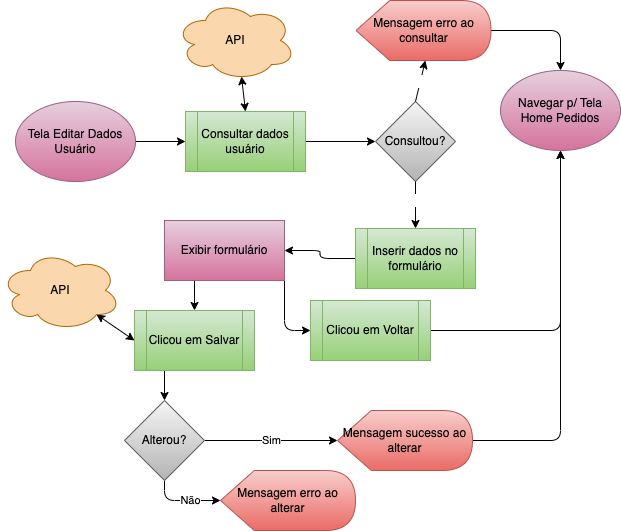
This is docs/fluxo-tela-gestor/editar-dados.png from ICEI-PUC-Minas-PMV-ADS/1999-burguer, a draw.io export, as it was before one commit. Source tidied: cells renumbered, new cells last; positions are measured from the earlier drawing's top-left corner, leaving out a move shared by most shapes. Its diagram source:
```xml
<mxGraphModel>
  <root>
    <mxCell id="0" />
    <mxCell id="1" parent="0" />
    <mxCell id="2" style="edgeStyle=none;html=1;exitX=1;exitY=0.5;exitDx=0;exitDy=0;entryX=0;entryY=0.5;entryDx=0;entryDy=0;" parent="1" edge="1" source="3" target="5">
      <mxGeometry relative="1" as="geometry" />
    </mxCell>
    <mxCell id="3" value="Tela Editar Dados Usuário" style="ellipse;whiteSpace=wrap;html=1;fillColor=#e6d0de;strokeColor=#996185;fontStyle=0;gradientColor=#d5739d;fontColor=#000000;" parent="1" vertex="1">
      <mxGeometry x="15" y="101" width="120" height="80" as="geometry" />
    </mxCell>
    <mxCell id="4" style="edgeStyle=none;html=1;exitX=1;exitY=0.5;exitDx=0;exitDy=0;entryX=0;entryY=0.5;entryDx=0;entryDy=0;" parent="1" edge="1" source="5" target="11">
      <mxGeometry relative="1" as="geometry" />
    </mxCell>
    <mxCell id="5" value="Consultar dados usuário" style="shape=process;whiteSpace=wrap;html=1;backgroundOutline=1;fillColor=#d5e8d4;gradientColor=#97d077;strokeColor=#82b366;fontColor=#000000;" parent="1" vertex="1">
      <mxGeometry x="185" y="111" width="120" height="60" as="geometry" />
    </mxCell>
    <mxCell id="6" style="edgeStyle=none;html=1;exitX=0.55;exitY=0.95;exitDx=0;exitDy=0;exitPerimeter=0;entryX=0.5;entryY=0;entryDx=0;entryDy=0;startArrow=classic;startFill=1;" parent="1" edge="1" source="7" target="5">
      <mxGeometry relative="1" as="geometry" />
    </mxCell>
    <mxCell id="7" value="API" style="ellipse;shape=cloud;whiteSpace=wrap;html=1;fillColor=#fad7ac;strokeColor=#b46504;fontColor=#000000;" parent="1" vertex="1">
      <mxGeometry x="175" width="120" height="80" as="geometry" />
    </mxCell>
    <mxCell id="8" style="edgeStyle=orthogonalEdgeStyle;html=1;exitX=1;exitY=1;exitDx=0;exitDy=0;entryX=0;entryY=0.5;entryDx=0;entryDy=0;" parent="1" edge="1" source="10" target="20">
      <mxGeometry relative="1" as="geometry" />
    </mxCell>
    <mxCell id="9" style="edgeStyle=orthogonalEdgeStyle;html=1;exitX=0.25;exitY=1;exitDx=0;exitDy=0;" parent="1" edge="1" source="10" target="23">
      <mxGeometry relative="1" as="geometry" />
    </mxCell>
    <mxCell id="10" value="Exibir formulário" style="whiteSpace=wrap;html=1;fillColor=#e6d0de;strokeColor=#996185;fontColor=#000000;fontStyle=0;gradientColor=#d5739d;" parent="1" vertex="1">
      <mxGeometry x="164" y="220" width="120" height="60" as="geometry" />
    </mxCell>
    <mxCell id="11" value="Consultou?" style="rhombus;whiteSpace=wrap;html=1;fillColor=#f5f5f5;gradientColor=#b3b3b3;strokeColor=#666666;fontColor=#000000;" parent="1" vertex="1">
      <mxGeometry x="375" y="101" width="80" height="80" as="geometry" />
    </mxCell>
    <mxCell id="12" style="edgeStyle=orthogonalEdgeStyle;html=1;exitX=1;exitY=0.5;exitDx=0;exitDy=0;exitPerimeter=0;entryX=0.5;entryY=0;entryDx=0;entryDy=0;" parent="1" edge="1" source="13" target="16">
      <mxGeometry relative="1" as="geometry" />
    </mxCell>
    <mxCell id="13" value="Mensagem erro ao consultar" style="shape=display;whiteSpace=wrap;html=1;fillColor=#f8cecc;gradientColor=#ea6b66;strokeColor=#b85450;fontColor=#000000;" parent="1" vertex="1">
      <mxGeometry x="355.5" width="135" height="60" as="geometry" />
    </mxCell>
    <mxCell id="14" value="Não" style="edgeStyle=none;html=1;fontColor=#FFFFFF;entryX=0;entryY=0;entryDx=69.375;entryDy=60;entryPerimeter=0;exitX=0.5;exitY=0;exitDx=0;exitDy=0;" parent="1" edge="1" source="11" target="13">
      <mxGeometry relative="1" as="geometry" />
    </mxCell>
    <mxCell id="15" value="Sim" style="edgeStyle=orthogonalEdgeStyle;html=1;exitX=0.5;exitY=1;exitDx=0;exitDy=0;fontColor=#FFFFFF;entryX=0.5;entryY=0;entryDx=0;entryDy=0;" parent="1" edge="1" source="11" target="18">
      <mxGeometry x="-0.2" relative="1" as="geometry" />
    </mxCell>
    <mxCell id="16" value="Navegar p/ Tela&lt;br&gt;Home Pedidos" style="ellipse;whiteSpace=wrap;html=1;fillColor=#e6d0de;strokeColor=#996185;fontStyle=0;gradientColor=#d5739d;fontColor=#000000;" parent="1" vertex="1">
      <mxGeometry x="500" y="70" width="120" height="80" as="geometry" />
    </mxCell>
    <mxCell id="17" style="edgeStyle=orthogonalEdgeStyle;html=1;entryX=1;entryY=0.5;entryDx=0;entryDy=0;" parent="1" edge="1" source="18" target="10">
      <mxGeometry relative="1" as="geometry" />
    </mxCell>
    <mxCell id="18" value="Inserir dados no formulário" style="shape=process;whiteSpace=wrap;html=1;backgroundOutline=1;fillColor=#d5e8d4;gradientColor=#97d077;strokeColor=#82b366;fontColor=#000000;" parent="1" vertex="1">
      <mxGeometry x="355" y="228" width="120" height="60" as="geometry" />
    </mxCell>
    <mxCell id="19" style="edgeStyle=orthogonalEdgeStyle;html=1;exitX=1;exitY=0.5;exitDx=0;exitDy=0;entryX=0.5;entryY=1;entryDx=0;entryDy=0;" parent="1" edge="1" source="20" target="16">
      <mxGeometry relative="1" as="geometry" />
    </mxCell>
    <mxCell id="20" value="Clicou em Voltar" style="shape=process;whiteSpace=wrap;html=1;backgroundOutline=1;fillColor=#d5e8d4;gradientColor=#97d077;strokeColor=#82b366;fontColor=#000000;" parent="1" vertex="1">
      <mxGeometry x="310" y="300" width="120" height="60" as="geometry" />
    </mxCell>
    <mxCell id="21" style="html=1;exitX=0;exitY=0.5;exitDx=0;exitDy=0;entryX=0.8;entryY=0.8;entryDx=0;entryDy=0;entryPerimeter=0;startArrow=classic;startFill=1;" parent="1" edge="1" source="23" target="28">
      <mxGeometry relative="1" as="geometry" />
    </mxCell>
    <mxCell id="22" style="edgeStyle=none;html=1;exitX=0.25;exitY=1;exitDx=0;exitDy=0;entryX=0.5;entryY=0;entryDx=0;entryDy=0;startArrow=none;startFill=0;" parent="1" edge="1" source="23" target="27">
      <mxGeometry relative="1" as="geometry" />
    </mxCell>
    <mxCell id="23" value="Clicou em Salvar" style="shape=process;whiteSpace=wrap;html=1;backgroundOutline=1;fillColor=#d5e8d4;gradientColor=#97d077;strokeColor=#82b366;fontColor=#000000;" parent="1" vertex="1">
      <mxGeometry x="134" y="310" width="120" height="60" as="geometry" />
    </mxCell>
    <mxCell id="24" style="edgeStyle=orthogonalEdgeStyle;html=1;entryX=0.5;entryY=1;entryDx=0;entryDy=0;startArrow=none;startFill=0;exitX=1;exitY=0.5;exitDx=0;exitDy=0;exitPerimeter=0;" parent="1" edge="1" source="29" target="16">
      <mxGeometry x="-0.9" relative="1" as="geometry" />
    </mxCell>
    <mxCell id="25" value="Sim" style="edgeStyle=orthogonalEdgeStyle;html=1;exitX=1;exitY=0.5;exitDx=0;exitDy=0;entryX=0;entryY=0.5;entryDx=0;entryDy=0;entryPerimeter=0;startArrow=none;startFill=0;" parent="1" edge="1" source="27" target="29">
      <mxGeometry relative="1" as="geometry" />
    </mxCell>
    <mxCell id="26" value="Não" style="edgeStyle=orthogonalEdgeStyle;html=1;exitX=0.5;exitY=1;exitDx=0;exitDy=0;entryX=0;entryY=0.5;entryDx=0;entryDy=0;entryPerimeter=0;startArrow=none;startFill=0;" parent="1" edge="1" source="27" target="30">
      <mxGeometry x="0.21" relative="1" as="geometry" />
    </mxCell>
    <mxCell id="27" value="Alterou?" style="rhombus;whiteSpace=wrap;html=1;fillColor=#f5f5f5;gradientColor=#b3b3b3;strokeColor=#666666;fontColor=#000000;" parent="1" vertex="1">
      <mxGeometry x="124" y="400" width="80" height="80" as="geometry" />
    </mxCell>
    <mxCell id="28" value="API" style="ellipse;shape=cloud;whiteSpace=wrap;html=1;fillColor=#fad7ac;strokeColor=#b46504;fontColor=#000000;" parent="1" vertex="1">
      <mxGeometry y="250" width="120" height="80" as="geometry" />
    </mxCell>
    <mxCell id="29" value="Mensagem sucesso ao alterar" style="shape=display;whiteSpace=wrap;html=1;fillColor=#f8cecc;gradientColor=#ea6b66;strokeColor=#b85450;fontColor=#000000;" parent="1" vertex="1">
      <mxGeometry x="337" y="410" width="135" height="60" as="geometry" />
    </mxCell>
    <mxCell id="30" value="Mensagem erro ao alterar" style="shape=display;whiteSpace=wrap;html=1;fillColor=#f8cecc;gradientColor=#ea6b66;strokeColor=#b85450;fontColor=#000000;" parent="1" vertex="1">
      <mxGeometry x="220" y="470" width="135" height="60" as="geometry" />
    </mxCell>
  </root>
</mxGraphModel>
```
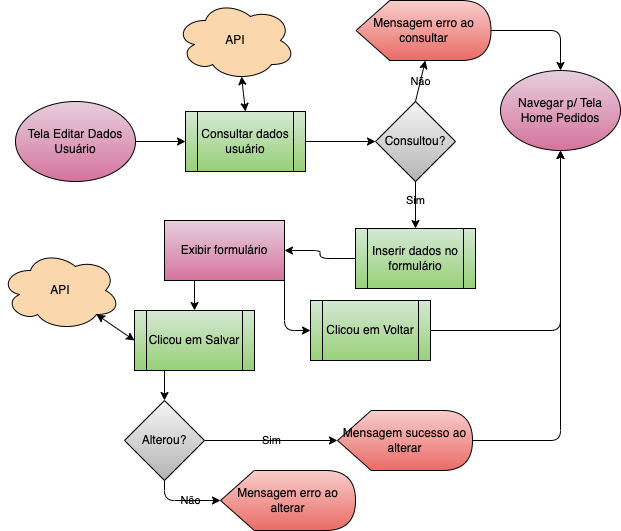
Later version of the same file.

What changed in the source:
```diff
@@ -1,92 +1,92 @@
-<mxGraphModel>
+<mxGraphModel background="#ffffff">
   <root>
     <mxCell id="0" />
     <mxCell id="1" parent="0" />
-    <mxCell id="2" style="edgeStyle=none;html=1;exitX=1;exitY=0.5;exitDx=0;exitDy=0;entryX=0;entryY=0.5;entryDx=0;entryDy=0;" parent="1" edge="1" source="3" target="5">
+    <mxCell id="2" style="edgeStyle=none;html=1;exitX=1;exitY=0.5;exitDx=0;exitDy=0;entryX=0;entryY=0.5;entryDx=0;entryDy=0;strokeColor=#000000;" parent="1" edge="1" source="3" target="5">
       <mxGeometry relative="1" as="geometry" />
     </mxCell>
-    <mxCell id="3" value="Tela Editar Dados Usuário" style="ellipse;whiteSpace=wrap;html=1;fillColor=#e6d0de;strokeColor=#996185;fontStyle=0;gradientColor=#d5739d;fontColor=#000000;" parent="1" vertex="1">
+    <mxCell id="3" value="Tela Editar Dados Usuário" style="ellipse;whiteSpace=wrap;html=1;fillColor=#e6d0de;strokeColor=#000000;fontStyle=0;gradientColor=#d5739d;fontColor=#000000;" parent="1" vertex="1">
       <mxGeometry x="15" y="101" width="120" height="80" as="geometry" />
     </mxCell>
-    <mxCell id="4" style="edgeStyle=none;html=1;exitX=1;exitY=0.5;exitDx=0;exitDy=0;entryX=0;entryY=0.5;entryDx=0;entryDy=0;" parent="1" edge="1" source="5" target="11">
+    <mxCell id="4" style="edgeStyle=none;html=1;exitX=1;exitY=0.5;exitDx=0;exitDy=0;entryX=0;entryY=0.5;entryDx=0;entryDy=0;strokeColor=#000000;" parent="1" edge="1" source="5" target="11">
       <mxGeometry relative="1" as="geometry" />
     </mxCell>
-    <mxCell id="5" value="Consultar dados usuário" style="shape=process;whiteSpace=wrap;html=1;backgroundOutline=1;fillColor=#d5e8d4;gradientColor=#97d077;strokeColor=#82b366;fontColor=#000000;" parent="1" vertex="1">
+    <mxCell id="5" value="Consultar dados usuário" style="shape=process;whiteSpace=wrap;html=1;backgroundOutline=1;fillColor=#d5e8d4;gradientColor=#97d077;strokeColor=#000000;fontColor=#000000;" parent="1" vertex="1">
       <mxGeometry x="185" y="111" width="120" height="60" as="geometry" />
     </mxCell>
-    <mxCell id="6" style="edgeStyle=none;html=1;exitX=0.55;exitY=0.95;exitDx=0;exitDy=0;exitPerimeter=0;entryX=0.5;entryY=0;entryDx=0;entryDy=0;startArrow=classic;startFill=1;" parent="1" edge="1" source="7" target="5">
+    <mxCell id="6" style="edgeStyle=none;html=1;exitX=0.55;exitY=0.95;exitDx=0;exitDy=0;exitPerimeter=0;entryX=0.5;entryY=0;entryDx=0;entryDy=0;startArrow=classic;startFill=1;strokeColor=#000000;" parent="1" edge="1" source="7" target="5">
       <mxGeometry relative="1" as="geometry" />
     </mxCell>
-    <mxCell id="7" value="API" style="ellipse;shape=cloud;whiteSpace=wrap;html=1;fillColor=#fad7ac;strokeColor=#b46504;fontColor=#000000;" parent="1" vertex="1">
+    <mxCell id="7" value="API" style="ellipse;shape=cloud;whiteSpace=wrap;html=1;fillColor=#fad7ac;strokeColor=#000000;fontColor=#000000;" parent="1" vertex="1">
       <mxGeometry x="175" width="120" height="80" as="geometry" />
     </mxCell>
-    <mxCell id="8" style="edgeStyle=orthogonalEdgeStyle;html=1;exitX=1;exitY=1;exitDx=0;exitDy=0;entryX=0;entryY=0.5;entryDx=0;entryDy=0;" parent="1" edge="1" source="10" target="20">
+    <mxCell id="8" style="edgeStyle=orthogonalEdgeStyle;html=1;exitX=1;exitY=1;exitDx=0;exitDy=0;entryX=0;entryY=0.5;entryDx=0;entryDy=0;strokeColor=#000000;" parent="1" edge="1" source="10" target="20">
       <mxGeometry relative="1" as="geometry" />
     </mxCell>
-    <mxCell id="9" style="edgeStyle=orthogonalEdgeStyle;html=1;exitX=0.25;exitY=1;exitDx=0;exitDy=0;" parent="1" edge="1" source="10" target="23">
+    <mxCell id="9" style="edgeStyle=orthogonalEdgeStyle;html=1;exitX=0.25;exitY=1;exitDx=0;exitDy=0;strokeColor=#000000;" parent="1" edge="1" source="10" target="23">
       <mxGeometry relative="1" as="geometry" />
     </mxCell>
-    <mxCell id="10" value="Exibir formulário" style="whiteSpace=wrap;html=1;fillColor=#e6d0de;strokeColor=#996185;fontColor=#000000;fontStyle=0;gradientColor=#d5739d;" parent="1" vertex="1">
+    <mxCell id="10" value="Exibir formulário" style="whiteSpace=wrap;html=1;fillColor=#e6d0de;strokeColor=#000000;fontColor=#000000;fontStyle=0;gradientColor=#d5739d;" parent="1" vertex="1">
       <mxGeometry x="164" y="220" width="120" height="60" as="geometry" />
     </mxCell>
-    <mxCell id="11" value="Consultou?" style="rhombus;whiteSpace=wrap;html=1;fillColor=#f5f5f5;gradientColor=#b3b3b3;strokeColor=#666666;fontColor=#000000;" parent="1" vertex="1">
+    <mxCell id="11" value="Consultou?" style="rhombus;whiteSpace=wrap;html=1;fillColor=#f5f5f5;gradientColor=#b3b3b3;strokeColor=#000000;fontColor=#000000;" parent="1" vertex="1">
       <mxGeometry x="375" y="101" width="80" height="80" as="geometry" />
     </mxCell>
-    <mxCell id="12" style="edgeStyle=orthogonalEdgeStyle;html=1;exitX=1;exitY=0.5;exitDx=0;exitDy=0;exitPerimeter=0;entryX=0.5;entryY=0;entryDx=0;entryDy=0;" parent="1" edge="1" source="13" target="16">
+    <mxCell id="12" style="edgeStyle=orthogonalEdgeStyle;html=1;exitX=1;exitY=0.5;exitDx=0;exitDy=0;exitPerimeter=0;entryX=0.5;entryY=0;entryDx=0;entryDy=0;strokeColor=#000000;" parent="1" edge="1" source="13" target="16">
       <mxGeometry relative="1" as="geometry" />
     </mxCell>
-    <mxCell id="13" value="Mensagem erro ao consultar" style="shape=display;whiteSpace=wrap;html=1;fillColor=#f8cecc;gradientColor=#ea6b66;strokeColor=#b85450;fontColor=#000000;" parent="1" vertex="1">
+    <mxCell id="13" value="Mensagem erro ao consultar" style="shape=display;whiteSpace=wrap;html=1;fillColor=#f8cecc;gradientColor=#ea6b66;strokeColor=#000000;fontColor=#000000;" parent="1" vertex="1">
       <mxGeometry x="355.5" width="135" height="60" as="geometry" />
     </mxCell>
-    <mxCell id="14" value="Não" style="edgeStyle=none;html=1;fontColor=#FFFFFF;entryX=0;entryY=0;entryDx=69.375;entryDy=60;entryPerimeter=0;exitX=0.5;exitY=0;exitDx=0;exitDy=0;" parent="1" edge="1" source="11" target="13">
+    <mxCell id="14" value="Não" style="edgeStyle=none;html=1;fontColor=#000000;entryX=0;entryY=0;entryDx=69.375;entryDy=60;entryPerimeter=0;exitX=0.5;exitY=0;exitDx=0;exitDy=0;strokeColor=#000000;labelBackgroundColor=none;" parent="1" edge="1" source="11" target="13">
       <mxGeometry relative="1" as="geometry" />
     </mxCell>
-    <mxCell id="15" value="Sim" style="edgeStyle=orthogonalEdgeStyle;html=1;exitX=0.5;exitY=1;exitDx=0;exitDy=0;fontColor=#FFFFFF;entryX=0.5;entryY=0;entryDx=0;entryDy=0;" parent="1" edge="1" source="11" target="18">
+    <mxCell id="15" value="Sim" style="edgeStyle=orthogonalEdgeStyle;html=1;exitX=0.5;exitY=1;exitDx=0;exitDy=0;fontColor=#000000;entryX=0.5;entryY=0;entryDx=0;entryDy=0;strokeColor=#000000;labelBackgroundColor=none;" parent="1" edge="1" source="11" target="18">
       <mxGeometry x="-0.2" relative="1" as="geometry" />
     </mxCell>
-    <mxCell id="16" value="Navegar p/ Tela&lt;br&gt;Home Pedidos" style="ellipse;whiteSpace=wrap;html=1;fillColor=#e6d0de;strokeColor=#996185;fontStyle=0;gradientColor=#d5739d;fontColor=#000000;" parent="1" vertex="1">
+    <mxCell id="16" value="Navegar p/ Tela&lt;br&gt;Home Pedidos" style="ellipse;whiteSpace=wrap;html=1;fillColor=#e6d0de;strokeColor=#000000;fontStyle=0;gradientColor=#d5739d;fontColor=#000000;" parent="1" vertex="1">
       <mxGeometry x="500" y="70" width="120" height="80" as="geometry" />
     </mxCell>
-    <mxCell id="17" style="edgeStyle=orthogonalEdgeStyle;html=1;entryX=1;entryY=0.5;entryDx=0;entryDy=0;" parent="1" edge="1" source="18" target="10">
+    <mxCell id="17" style="edgeStyle=orthogonalEdgeStyle;html=1;entryX=1;entryY=0.5;entryDx=0;entryDy=0;strokeColor=#000000;" parent="1" edge="1" source="18" target="10">
       <mxGeometry relative="1" as="geometry" />
     </mxCell>
-    <mxCell id="18" value="Inserir dados no formulário" style="shape=process;whiteSpace=wrap;html=1;backgroundOutline=1;fillColor=#d5e8d4;gradientColor=#97d077;strokeColor=#82b366;fontColor=#000000;" parent="1" vertex="1">
+    <mxCell id="18" value="Inserir dados no formulário" style="shape=process;whiteSpace=wrap;html=1;backgroundOutline=1;fillColor=#d5e8d4;gradientColor=#97d077;strokeColor=#000000;fontColor=#000000;" parent="1" vertex="1">
       <mxGeometry x="355" y="228" width="120" height="60" as="geometry" />
     </mxCell>
-    <mxCell id="19" style="edgeStyle=orthogonalEdgeStyle;html=1;exitX=1;exitY=0.5;exitDx=0;exitDy=0;entryX=0.5;entryY=1;entryDx=0;entryDy=0;" parent="1" edge="1" source="20" target="16">
+    <mxCell id="19" style="edgeStyle=orthogonalEdgeStyle;html=1;exitX=1;exitY=0.5;exitDx=0;exitDy=0;entryX=0.5;entryY=1;entryDx=0;entryDy=0;strokeColor=#000000;" parent="1" edge="1" source="20" target="16">
       <mxGeometry relative="1" as="geometry" />
     </mxCell>
-    <mxCell id="20" value="Clicou em Voltar" style="shape=process;whiteSpace=wrap;html=1;backgroundOutline=1;fillColor=#d5e8d4;gradientColor=#97d077;strokeColor=#82b366;fontColor=#000000;" parent="1" vertex="1">
+    <mxCell id="20" value="Clicou em Voltar" style="shape=process;whiteSpace=wrap;html=1;backgroundOutline=1;fillColor=#d5e8d4;gradientColor=#97d077;strokeColor=#000000;fontColor=#000000;" parent="1" vertex="1">
       <mxGeometry x="310" y="300" width="120" height="60" as="geometry" />
     </mxCell>
-    <mxCell id="21" style="html=1;exitX=0;exitY=0.5;exitDx=0;exitDy=0;entryX=0.8;entryY=0.8;entryDx=0;entryDy=0;entryPerimeter=0;startArrow=classic;startFill=1;" parent="1" edge="1" source="23" target="28">
+    <mxCell id="21" style="html=1;exitX=0;exitY=0.5;exitDx=0;exitDy=0;entryX=0.8;entryY=0.8;entryDx=0;entryDy=0;entryPerimeter=0;startArrow=classic;startFill=1;strokeColor=#000000;" parent="1" edge="1" source="23" target="28">
       <mxGeometry relative="1" as="geometry" />
     </mxCell>
-    <mxCell id="22" style="edgeStyle=none;html=1;exitX=0.25;exitY=1;exitDx=0;exitDy=0;entryX=0.5;entryY=0;entryDx=0;entryDy=0;startArrow=none;startFill=0;" parent="1" edge="1" source="23" target="27">
+    <mxCell id="22" style="edgeStyle=none;html=1;exitX=0.25;exitY=1;exitDx=0;exitDy=0;entryX=0.5;entryY=0;entryDx=0;entryDy=0;startArrow=none;startFill=0;strokeColor=#000000;" parent="1" edge="1" source="23" target="27">
       <mxGeometry relative="1" as="geometry" />
     </mxCell>
-    <mxCell id="23" value="Clicou em Salvar" style="shape=process;whiteSpace=wrap;html=1;backgroundOutline=1;fillColor=#d5e8d4;gradientColor=#97d077;strokeColor=#82b366;fontColor=#000000;" parent="1" vertex="1">
+    <mxCell id="23" value="Clicou em Salvar" style="shape=process;whiteSpace=wrap;html=1;backgroundOutline=1;fillColor=#d5e8d4;gradientColor=#97d077;strokeColor=#000000;fontColor=#000000;" parent="1" vertex="1">
       <mxGeometry x="134" y="310" width="120" height="60" as="geometry" />
     </mxCell>
-    <mxCell id="24" style="edgeStyle=orthogonalEdgeStyle;html=1;entryX=0.5;entryY=1;entryDx=0;entryDy=0;startArrow=none;startFill=0;exitX=1;exitY=0.5;exitDx=0;exitDy=0;exitPerimeter=0;" parent="1" edge="1" source="29" target="16">
+    <mxCell id="24" style="edgeStyle=orthogonalEdgeStyle;html=1;entryX=0.5;entryY=1;entryDx=0;entryDy=0;startArrow=none;startFill=0;exitX=1;exitY=0.5;exitDx=0;exitDy=0;exitPerimeter=0;strokeColor=#000000;" parent="1" edge="1" source="29" target="16">
       <mxGeometry x="-0.9" relative="1" as="geometry" />
     </mxCell>
-    <mxCell id="25" value="Sim" style="edgeStyle=orthogonalEdgeStyle;html=1;exitX=1;exitY=0.5;exitDx=0;exitDy=0;entryX=0;entryY=0.5;entryDx=0;entryDy=0;entryPerimeter=0;startArrow=none;startFill=0;" parent="1" edge="1" source="27" target="29">
+    <mxCell id="25" value="Sim" style="edgeStyle=orthogonalEdgeStyle;html=1;exitX=1;exitY=0.5;exitDx=0;exitDy=0;entryX=0;entryY=0.5;entryDx=0;entryDy=0;entryPerimeter=0;startArrow=none;startFill=0;strokeColor=#000000;labelBackgroundColor=none;fontColor=#000000;" parent="1" edge="1" source="27" target="29">
       <mxGeometry relative="1" as="geometry" />
     </mxCell>
-    <mxCell id="26" value="Não" style="edgeStyle=orthogonalEdgeStyle;html=1;exitX=0.5;exitY=1;exitDx=0;exitDy=0;entryX=0;entryY=0.5;entryDx=0;entryDy=0;entryPerimeter=0;startArrow=none;startFill=0;" parent="1" edge="1" source="27" target="30">
+    <mxCell id="26" value="Não" style="edgeStyle=orthogonalEdgeStyle;html=1;exitX=0.5;exitY=1;exitDx=0;exitDy=0;entryX=0;entryY=0.5;entryDx=0;entryDy=0;entryPerimeter=0;startArrow=none;startFill=0;strokeColor=#000000;labelBackgroundColor=none;fontColor=#000000;" parent="1" edge="1" source="27" target="30">
       <mxGeometry x="0.21" relative="1" as="geometry" />
     </mxCell>
-    <mxCell id="27" value="Alterou?" style="rhombus;whiteSpace=wrap;html=1;fillColor=#f5f5f5;gradientColor=#b3b3b3;strokeColor=#666666;fontColor=#000000;" parent="1" vertex="1">
+    <mxCell id="27" value="Alterou?" style="rhombus;whiteSpace=wrap;html=1;fillColor=#f5f5f5;gradientColor=#b3b3b3;strokeColor=#000000;fontColor=#000000;" parent="1" vertex="1">
       <mxGeometry x="124" y="400" width="80" height="80" as="geometry" />
     </mxCell>
-    <mxCell id="28" value="API" style="ellipse;shape=cloud;whiteSpace=wrap;html=1;fillColor=#fad7ac;strokeColor=#b46504;fontColor=#000000;" parent="1" vertex="1">
+    <mxCell id="28" value="API" style="ellipse;shape=cloud;whiteSpace=wrap;html=1;fillColor=#fad7ac;strokeColor=#000000;fontColor=#000000;" parent="1" vertex="1">
       <mxGeometry y="250" width="120" height="80" as="geometry" />
     </mxCell>
-    <mxCell id="29" value="Mensagem sucesso ao alterar" style="shape=display;whiteSpace=wrap;html=1;fillColor=#f8cecc;gradientColor=#ea6b66;strokeColor=#b85450;fontColor=#000000;" parent="1" vertex="1">
+    <mxCell id="29" value="Mensagem sucesso ao alterar" style="shape=display;whiteSpace=wrap;html=1;fillColor=#f8cecc;gradientColor=#ea6b66;strokeColor=#000000;fontColor=#000000;" parent="1" vertex="1">
       <mxGeometry x="337" y="410" width="135" height="60" as="geometry" />
     </mxCell>
-    <mxCell id="30" value="Mensagem erro ao alterar" style="shape=display;whiteSpace=wrap;html=1;fillColor=#f8cecc;gradientColor=#ea6b66;strokeColor=#b85450;fontColor=#000000;" parent="1" vertex="1">
+    <mxCell id="30" value="Mensagem erro ao alterar" style="shape=display;whiteSpace=wrap;html=1;fillColor=#f8cecc;gradientColor=#ea6b66;strokeColor=#000000;fontColor=#000000;" parent="1" vertex="1">
       <mxGeometry x="220" y="470" width="135" height="60" as="geometry" />
     </mxCell>
   </root>
```
